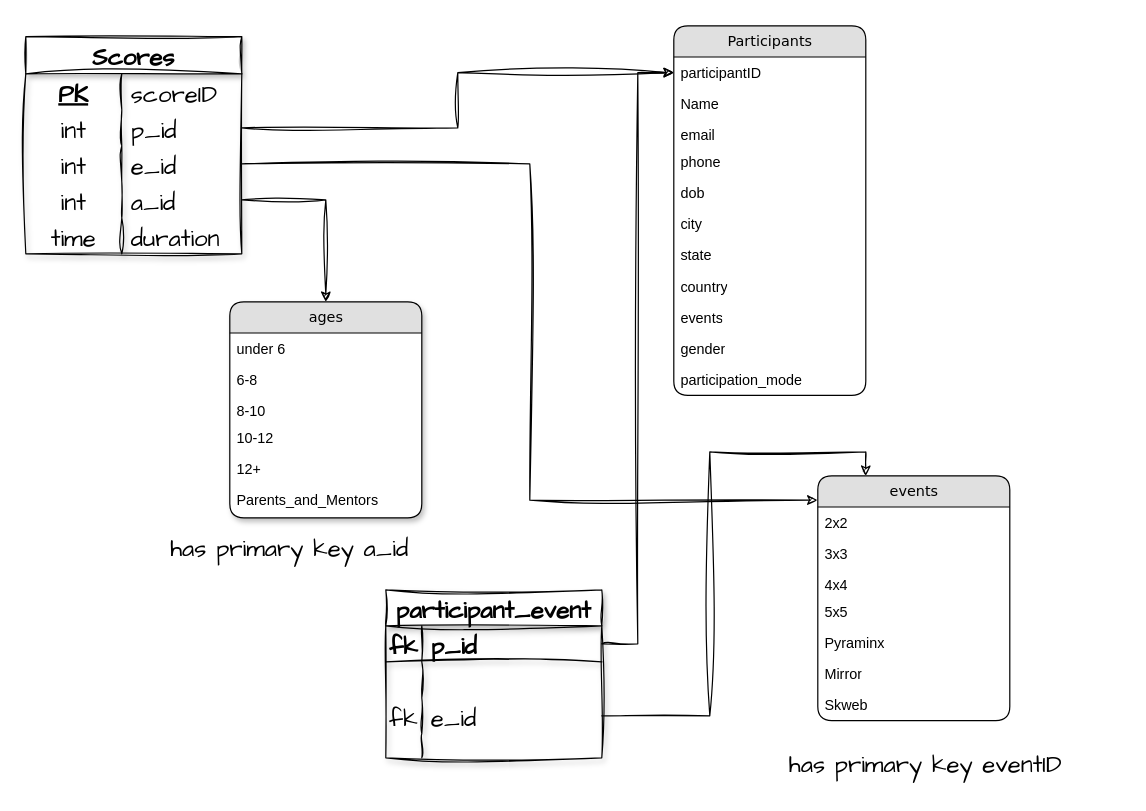
This is make_db/Untitled Diagram.drawio from PranavKrishnan007/revaluation_traboda, a draw.io file, before an edit. Source tidied: cells renumbered, new cells numbered last; positions are measured from the earlier drawing's top-left corner, leaving out a move shared by most shapes. Both pictures are drawn from the tidied source at 120%, with x=0, y=0 at pixel (25, 25).
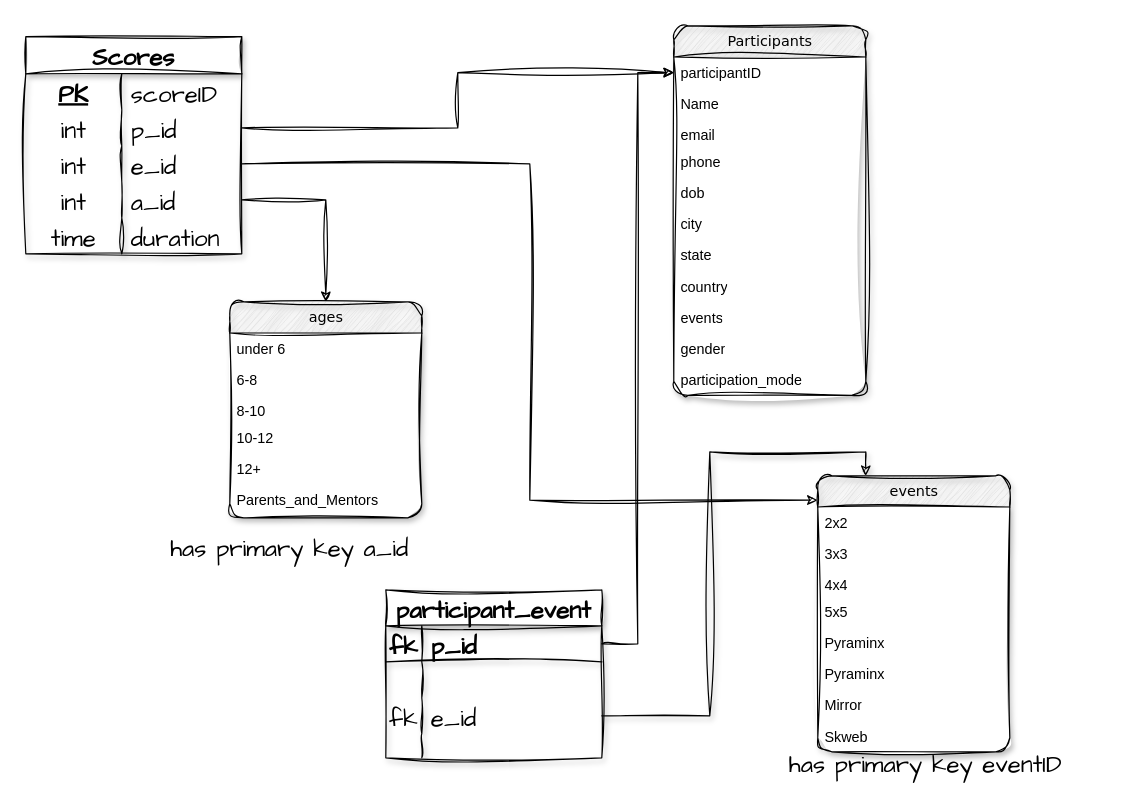
The same diagram, later.

Unchanged cells that the change refers to:
```xml
<mxCell id="36" style="shape=tableRow;horizontal=0;startSize=0;swimlaneHead=0;swimlaneBody=0;fillColor=none;points=[[0,0.5],[1,0.5]];portConstraint=eastwest;top=0;left=0;right=0;bottom=0;shadow=1;sketch=1;hachureGap=4;jiggle=2;curveFitting=1;fontFamily=Architects Daughter;fontSize=20;" parent="29" vertex="1">
  <mxGeometry y="90" width="180" height="30" as="geometry" />
</mxCell>
```

The edit, as a diff of the source:
```diff
@@
-    <mxCell id="2" value="Participants" style="swimlane;html=1;fontStyle=0;horizontal=1;startSize=26;fillColor=#e0e0e0;swimlaneFillColor=#ffffff;align=center;rounded=1;shadow=0;comic=0;labelBackgroundColor=none;strokeWidth=1;fontFamily=Verdana;fontSize=12;" parent="1" vertex="1">
+    <mxCell id="2" value="Participants" style="swimlane;html=1;fontStyle=0;horizontal=1;startSize=26;fillColor=#e0e0e0;swimlaneFillColor=#ffffff;align=center;rounded=1;shadow=1;comic=0;labelBackgroundColor=none;strokeWidth=1;fontFamily=Verdana;fontSize=12;sketch=1;curveFitting=1;jiggle=2;glass=0;" parent="1" vertex="1">
       <mxGeometry x="540" width="160" height="308" as="geometry" />
     </mxCell>
@@
-    <mxCell id="14" value="events" style="swimlane;html=1;fontStyle=0;horizontal=1;startSize=26;fillColor=#e0e0e0;swimlaneFillColor=#ffffff;align=center;rounded=1;shadow=0;comic=0;labelBackgroundColor=none;strokeWidth=1;fontFamily=Verdana;fontSize=12;" parent="1" vertex="1">
-      <mxGeometry x="660" y="375" width="160" height="204" as="geometry" />
+    <mxCell id="14" value="events" style="swimlane;html=1;fontStyle=0;horizontal=1;startSize=26;fillColor=#e0e0e0;swimlaneFillColor=#ffffff;align=center;rounded=1;shadow=1;comic=0;labelBackgroundColor=none;strokeWidth=1;fontFamily=Verdana;fontSize=12;sketch=1;curveFitting=1;jiggle=2;" parent="1" vertex="1">
+      <mxGeometry x="660" y="375" width="160" height="230" as="geometry" />
     </mxCell>
@@
+    <mxCell id="65" value="Pyraminx" style="text;html=1;strokeColor=none;fillColor=none;spacingLeft=4;spacingRight=4;whiteSpace=wrap;overflow=hidden;" parent="14" vertex="1">
+      <mxGeometry y="126" width="160" height="26" as="geometry" />
+    </mxCell>
     <mxCell id="19" value="Pyraminx" style="text;html=1;strokeColor=none;fillColor=none;spacingLeft=4;spacingRight=4;whiteSpace=wrap;overflow=hidden;" parent="14" vertex="1">
-      <mxGeometry y="126" width="160" height="26" as="geometry" />
+      <mxGeometry y="152" width="160" height="26" as="geometry" />
     </mxCell>
     <mxCell id="20" value="Mirror" style="text;html=1;strokeColor=none;fillColor=none;spacingLeft=4;spacingRight=4;whiteSpace=wrap;overflow=hidden;" parent="14" vertex="1">
-      <mxGeometry y="152" width="160" height="26" as="geometry" />
+      <mxGeometry y="178" width="160" height="26" as="geometry" />
     </mxCell>
     <mxCell id="21" value="Skweb" style="text;html=1;strokeColor=none;fillColor=none;spacingLeft=4;spacingRight=4;whiteSpace=wrap;overflow=hidden;" parent="14" vertex="1">
-      <mxGeometry y="178" width="160" height="26" as="geometry" />
+      <mxGeometry y="204" width="160" height="26" as="geometry" />
     </mxCell>
-    <mxCell id="22" value="ages" style="swimlane;html=1;fontStyle=0;horizontal=1;startSize=26;fillColor=#e0e0e0;swimlaneFillColor=#ffffff;align=center;rounded=1;shadow=1;comic=0;labelBackgroundColor=none;strokeWidth=1;fontFamily=Verdana;fontSize=12;" parent="1" vertex="1">
+    <mxCell id="22" value="ages" style="swimlane;html=1;fontStyle=0;horizontal=1;startSize=26;fillColor=#e0e0e0;swimlaneFillColor=#ffffff;align=center;rounded=1;shadow=1;comic=0;labelBackgroundColor=none;strokeWidth=1;fontFamily=Verdana;fontSize=12;sketch=1;curveFitting=1;jiggle=2;" parent="1" vertex="1">
       <mxGeometry x="170" y="230" width="160" height="180" as="geometry" />
     </mxCell>
@@
-    <mxCell id="61" style="edgeStyle=orthogonalEdgeStyle;rounded=0;sketch=1;hachureGap=4;jiggle=2;curveFitting=1;jettySize=auto;html=1;exitX=1;exitY=0.5;exitDx=0;exitDy=0;entryX=0.25;entryY=0;entryDx=0;entryDy=0;fontFamily=Architects Daughter;fontSize=16;" parent="1" edge="1" source="36" target="14">
+    <mxCell id="61" style="edgeStyle=orthogonalEdgeStyle;rounded=0;hachureGap=4;jettySize=auto;html=1;exitX=1;exitY=0.5;exitDx=0;exitDy=0;entryX=0.25;entryY=0;entryDx=0;entryDy=0;fontFamily=Architects Daughter;fontSize=16;sketch=1;curveFitting=1;jiggle=2;shadow=1;" parent="1" edge="1" source="36" target="14">
       <mxGeometry relative="1" as="geometry" />
     </mxCell>
```
